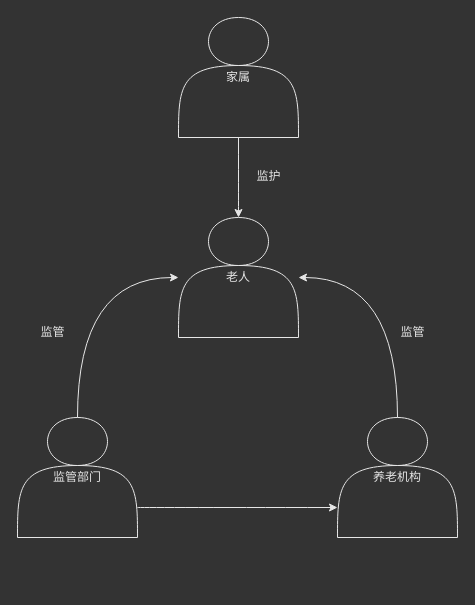
ab-doc/draw.io keeps this draw.io diagram as src/work/wyjz/daqinggu/pension_person.drawio. Above is the earlier version. Source tidied: cells renumbered, new cells numbered last; positions are measured from the earlier drawing's top-left corner, leaving out a move shared by most shapes. Both pictures are drawn from the tidied source at 100%, with x=0, y=0 at pixel (17, 17).
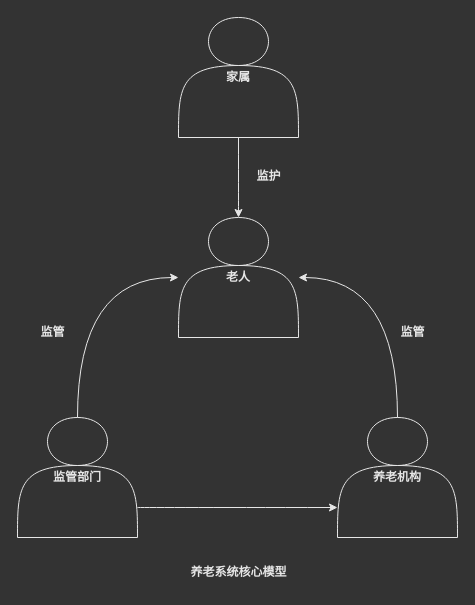
Above is the later version.

Change to the diagram source:
```diff
@@
 <mxGraphModel background="#333333">
   <root>
     <mxCell id="0" />
     <mxCell id="1" parent="0" />
     <mxCell id="2" style="edgeStyle=orthogonalEdgeStyle;rounded=0;jettySize=auto;html=1;fontColor=#E6E6E6;strokeColor=#E6E6E6;curved=1;startArrow=classic;startFill=1;endArrow=none;endFill=0;" parent="1" edge="1" source="5" target="6">
       <mxGeometry relative="1" as="geometry" />
     </mxCell>
     <mxCell id="3" style="edgeStyle=orthogonalEdgeStyle;rounded=0;jettySize=auto;html=1;fontColor=#E6E6E6;strokeColor=#E6E6E6;curved=1;startArrow=classic;startFill=1;endArrow=none;endFill=0;" parent="1" edge="1" source="5" target="8">
       <mxGeometry relative="1" as="geometry" />
     </mxCell>
     <mxCell id="4" style="edgeStyle=orthogonalEdgeStyle;curved=1;rounded=0;jettySize=auto;html=1;strokeColor=#E6E6E6;startArrow=classic;startFill=1;endArrow=none;endFill=0;" parent="1" edge="1" source="5" target="9">
       <mxGeometry relative="1" as="geometry" />
     </mxCell>
-    <mxCell id="5" value="&lt;font color=&quot;#e6e6e6&quot;&gt;老人&lt;/font&gt;" style="shape=actor;whiteSpace=wrap;html=1;fillColor=none;strokeColor=#E6E6E6;" parent="1" vertex="1">
+    <mxCell id="5" value="&lt;font color=&quot;#e6e6e6&quot;&gt;&lt;b&gt;老人&lt;/b&gt;&lt;/font&gt;" style="shape=actor;whiteSpace=wrap;html=1;fillColor=none;strokeColor=#E6E6E6;" parent="1" vertex="1">
       <mxGeometry x="161" y="200" width="120" height="120" as="geometry" />
     </mxCell>
-    <mxCell id="6" value="&lt;font color=&quot;#e6e6e6&quot;&gt;养老机构&lt;/font&gt;" style="shape=actor;whiteSpace=wrap;html=1;fillColor=none;strokeColor=#E6E6E6;" parent="1" vertex="1">
+    <mxCell id="6" value="&lt;font color=&quot;#e6e6e6&quot;&gt;&lt;b&gt;养老机构&lt;/b&gt;&lt;/font&gt;" style="shape=actor;whiteSpace=wrap;html=1;fillColor=none;strokeColor=#E6E6E6;" parent="1" vertex="1">
       <mxGeometry x="320" y="400" width="120" height="120" as="geometry" />
     </mxCell>
     <mxCell id="7" style="edgeStyle=orthogonalEdgeStyle;curved=1;rounded=0;jettySize=auto;html=1;strokeColor=#E6E6E6;entryX=0;entryY=0.75;entryDx=0;entryDy=0;exitX=1;exitY=0.75;exitDx=0;exitDy=0;" parent="1" edge="1" source="8" target="6">
       <mxGeometry relative="1" as="geometry" />
     </mxCell>
-    <mxCell id="8" value="&lt;font color=&quot;#e6e6e6&quot;&gt;监管部门&lt;/font&gt;" style="shape=actor;whiteSpace=wrap;html=1;fillColor=none;strokeColor=#E6E6E6;" parent="1" vertex="1">
+    <mxCell id="8" value="&lt;font color=&quot;#e6e6e6&quot;&gt;&lt;b&gt;监管部门&lt;/b&gt;&lt;/font&gt;" style="shape=actor;whiteSpace=wrap;html=1;fillColor=none;strokeColor=#E6E6E6;" parent="1" vertex="1">
       <mxGeometry y="400" width="120" height="120" as="geometry" />
     </mxCell>
-    <mxCell id="9" value="&lt;font color=&quot;#e6e6e6&quot;&gt;家属&lt;/font&gt;" style="shape=actor;whiteSpace=wrap;html=1;fillColor=none;strokeColor=#E6E6E6;" parent="1" vertex="1">
+    <mxCell id="9" value="&lt;font color=&quot;#e6e6e6&quot;&gt;&lt;b&gt;家属&lt;/b&gt;&lt;/font&gt;" style="shape=actor;whiteSpace=wrap;html=1;fillColor=none;strokeColor=#E6E6E6;" parent="1" vertex="1">
       <mxGeometry x="161" width="120" height="120" as="geometry" />
     </mxCell>
-    <mxCell id="10" value="&lt;font color=&quot;#e6e6e6&quot;&gt;监护&lt;/font&gt;" style="text;html=1;align=center;verticalAlign=middle;strokeColor=none;fillColor=none;" parent="1" vertex="1">
+    <mxCell id="10" value="&lt;font color=&quot;#e6e6e6&quot;&gt;&lt;b&gt;监护&lt;/b&gt;&lt;/font&gt;" style="text;html=1;align=center;verticalAlign=middle;strokeColor=none;fillColor=none;" parent="1" vertex="1">
       <mxGeometry x="226" y="144" width="50" height="30" as="geometry" />
     </mxCell>
-    <mxCell id="11" value="&lt;font color=&quot;#e6e6e6&quot;&gt;监管&lt;/font&gt;" style="text;html=1;align=center;verticalAlign=middle;strokeColor=none;fillColor=none;" parent="1" vertex="1">
+    <mxCell id="11" value="&lt;font color=&quot;#e6e6e6&quot;&gt;&lt;b&gt;监管&lt;/b&gt;&lt;/font&gt;" style="text;html=1;align=center;verticalAlign=middle;strokeColor=none;fillColor=none;" parent="1" vertex="1">
       <mxGeometry x="10" y="300" width="50" height="30" as="geometry" />
     </mxCell>
-    <mxCell id="12" value="&lt;font color=&quot;#e6e6e6&quot;&gt;监管&lt;/font&gt;" style="text;html=1;align=center;verticalAlign=middle;strokeColor=none;fillColor=none;" parent="1" vertex="1">
+    <mxCell id="12" value="&lt;font color=&quot;#e6e6e6&quot;&gt;&lt;b&gt;监管&lt;/b&gt;&lt;/font&gt;" style="text;html=1;align=center;verticalAlign=middle;strokeColor=none;fillColor=none;" parent="1" vertex="1">
       <mxGeometry x="370" y="300" width="50" height="30" as="geometry" />
     </mxCell>
+    <mxCell id="13" value="&lt;font color=&quot;#e6e6e6&quot;&gt;&lt;b&gt;养老系统核心模型&lt;/b&gt;&lt;/font&gt;" style="text;html=1;align=center;verticalAlign=middle;strokeColor=none;fillColor=none;" parent="1" vertex="1">
+      <mxGeometry x="161" y="540" width="120" height="30" as="geometry" />
+    </mxCell>
   </root>
 </mxGraphModel>
```
